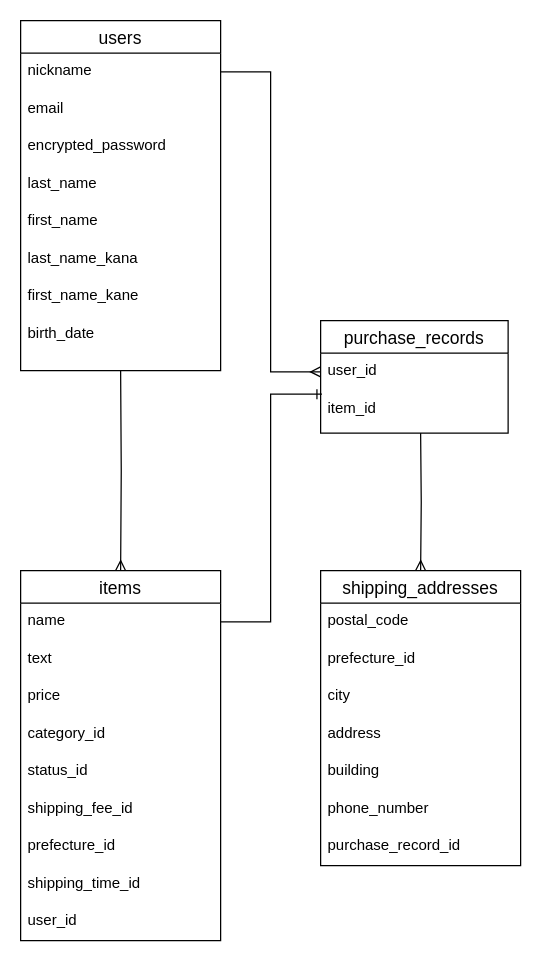
The draw.io diagram er.dio in miwaark0810/furima-31762, before the edit. Source tidied: cells renumbered, new cells numbered last; positions are measured from the earlier drawing's top-left corner, leaving out a move shared by most shapes. Both pictures are drawn from the tidied source at 125%, with x=0, y=0 at pixel (20, 20).
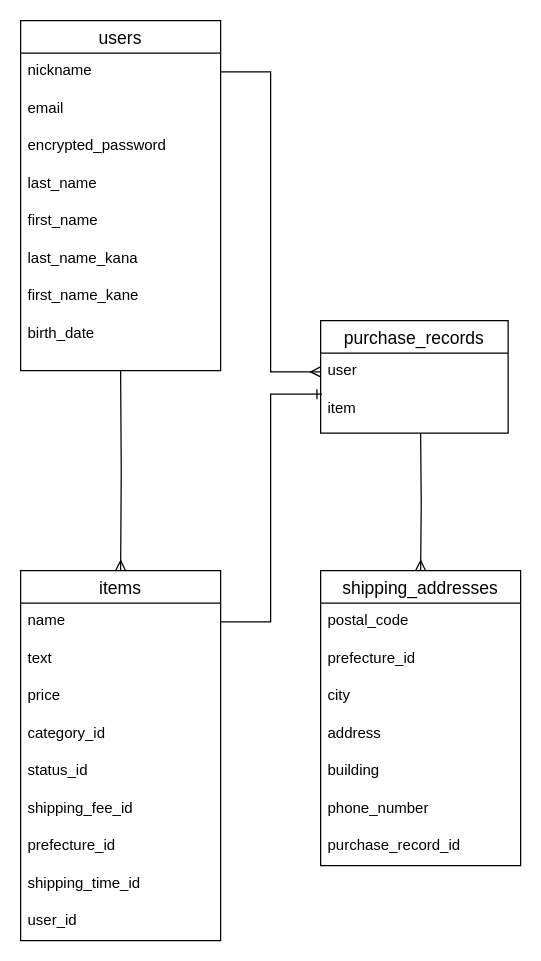
The same page after the edit.

Commit message (it also covers changes not shown here):
purchase_records テーブルのカラム名修正

Unchanged cells that the change refers to:
```xml
<mxCell id="32" value="purchase_records" style="swimlane;fontStyle=0;horizontal=1;startSize=26;align=center;fontSize=14;" parent="1" vertex="1">
  <mxGeometry x="240" y="240" width="150" height="90" as="geometry" />
</mxCell>
```

The edit, as a diff of the source:
```diff
@@
-    <mxCell id="33" value="user_id" style="text;strokeColor=none;fillColor=none;spacingLeft=4;spacingRight=4;overflow=hidden;points=[[0,0.5],[1,0.5]];portConstraint=eastwest;fontSize=12;" parent="32" vertex="1">
+    <mxCell id="33" value="user" style="text;strokeColor=none;fillColor=none;spacingLeft=4;spacingRight=4;overflow=hidden;points=[[0,0.5],[1,0.5]];portConstraint=eastwest;fontSize=12;" parent="32" vertex="1">
       <mxGeometry y="26" width="150" height="30" as="geometry" />
     </mxCell>
-    <mxCell id="34" value="item_id" style="text;strokeColor=none;fillColor=none;spacingLeft=4;spacingRight=4;overflow=hidden;points=[[0,0.5],[1,0.5]];portConstraint=eastwest;fontSize=12;" parent="32" vertex="1">
+    <mxCell id="34" value="item" style="text;strokeColor=none;fillColor=none;spacingLeft=4;spacingRight=4;overflow=hidden;points=[[0,0.5],[1,0.5]];portConstraint=eastwest;fontSize=12;" parent="32" vertex="1">
       <mxGeometry y="56" width="150" height="34" as="geometry" />
     </mxCell>
```
